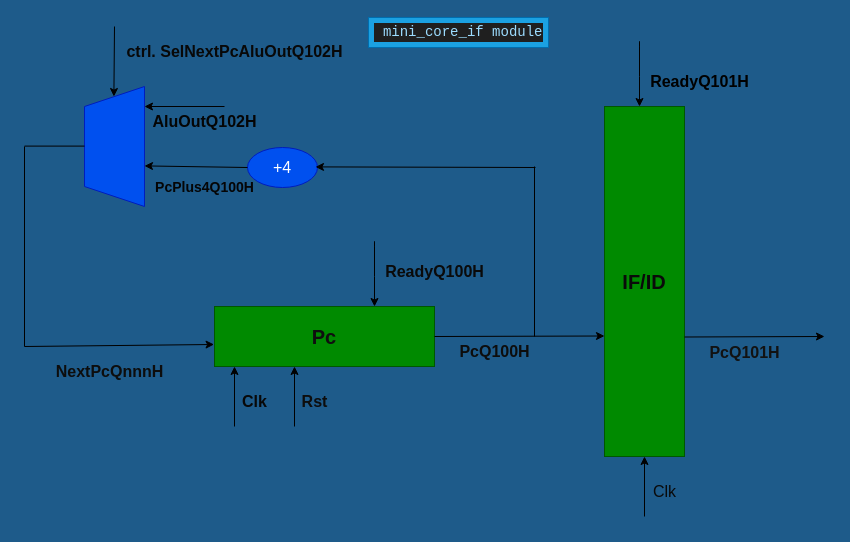
The draw.io diagram page "if_fetch" (1 of 2) of static/drawio/mini_core.drawio in FPGA-MAFIA/fpga_mafia_wiki, before the edit. Source tidied: cells renumbered, new cells numbered last; positions are measured from the earlier drawing's top-left corner, leaving out a move shared by most shapes. Both pictures are drawn from the tidied source at 100%, with x=0, y=0 at pixel (24, 17).
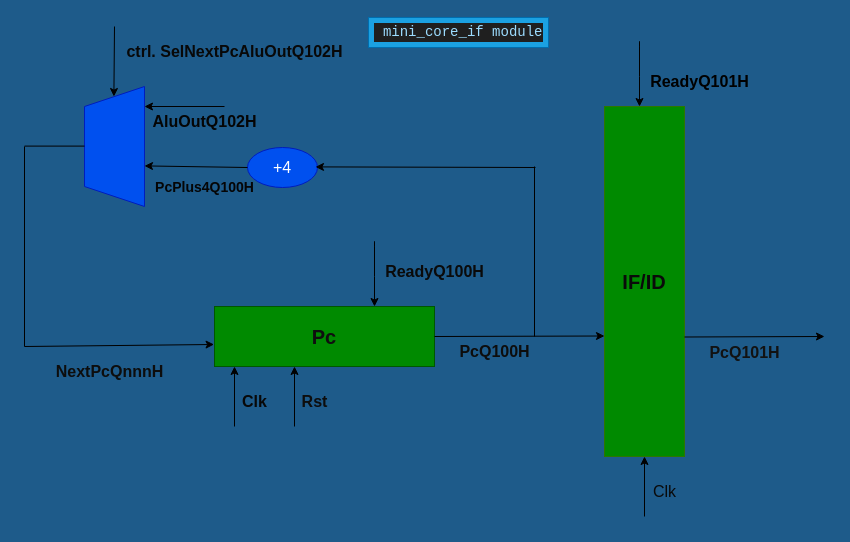
The same diagram, later.

Commit message (it also covers changes not shown here):
mini_core_rf documantation updated

The edit, as a diff of the source:
```diff
@@
-    <mxCell id="8" value="&lt;b&gt;&lt;font style=&quot;font-size: 20px;&quot; color=&quot;#0a0a0a&quot;&gt;IF/ID&lt;/font&gt;&lt;/b&gt;" style="rounded=0;whiteSpace=wrap;html=1;fillColor=#008a00;strokeColor=#005700;fontColor=#ffffff;" parent="1" vertex="1">
+    <mxCell id="8" value="&lt;b&gt;&lt;font style=&quot;font-size: 20px;&quot; color=&quot;#0a0a0a&quot;&gt;IF/ID&lt;/font&gt;&lt;/b&gt;" style="rounded=0;whiteSpace=wrap;html=1;fillColor=#008A00;strokeColor=#2D7600;fontColor=#ffffff;" parent="1" vertex="1">
       <mxGeometry x="580" y="89" width="80" height="350" as="geometry" />
     </mxCell>
```
